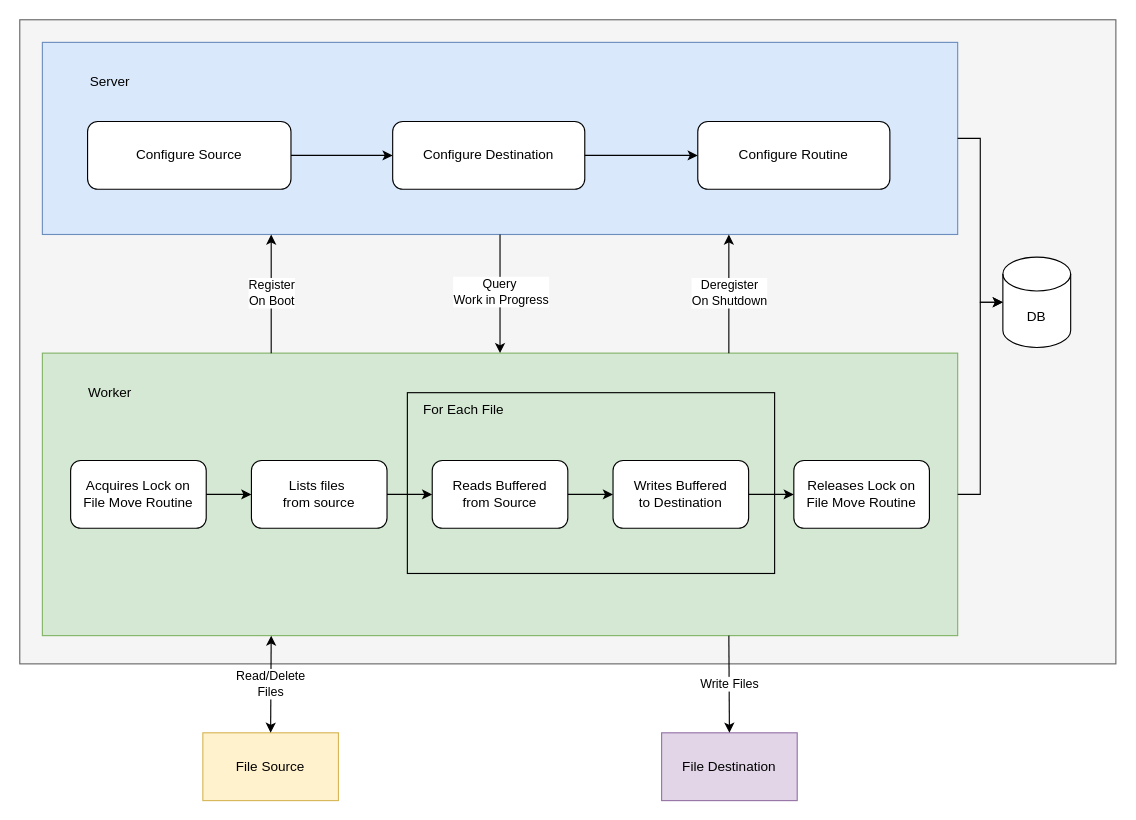
Before: file-veer.drawio in Incognitowski/file-veer, a draw.io diagram. Source tidied: cells renumbered, new cells numbered last; positions are measured from the earlier drawing's top-left corner, leaving out a move shared by most shapes. Both pictures are drawn from the tidied source at 113%, with x=0, y=0 at pixel (19, 19).
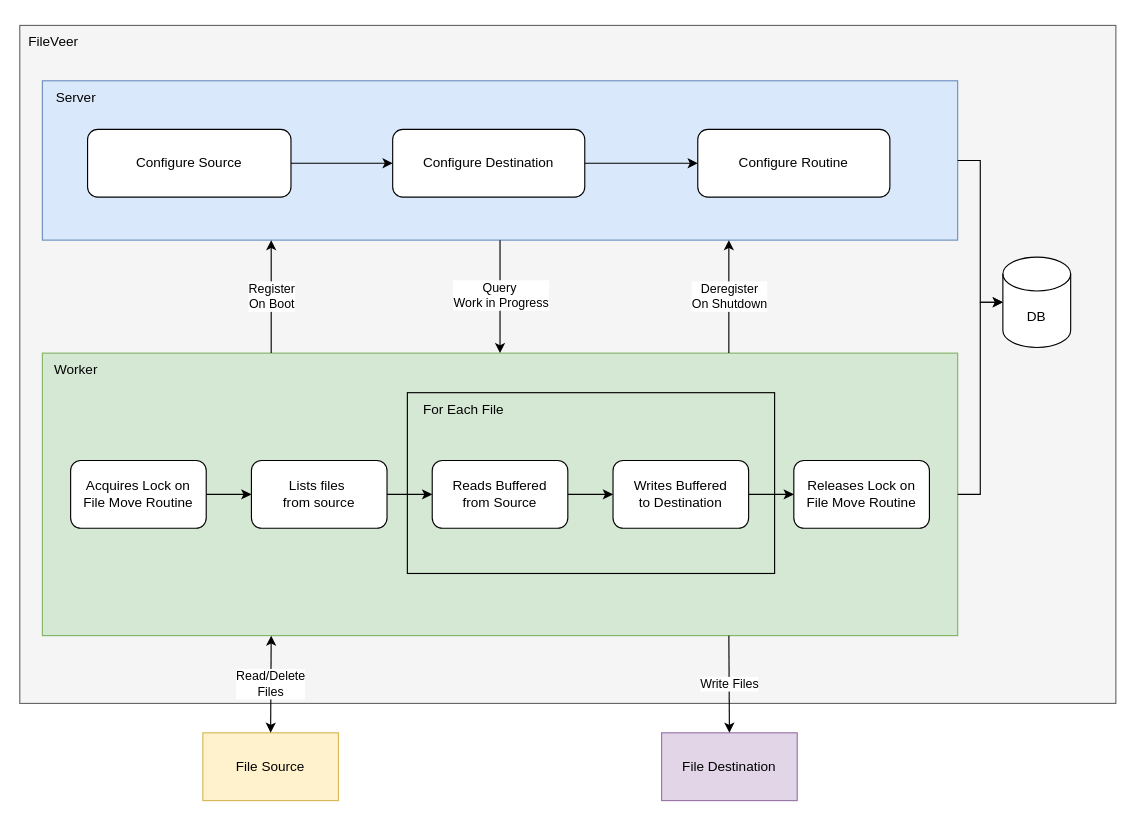
After the change.

Change to the diagram source:
```diff
@@
     <mxCell id="2" style="rounded=0;whiteSpace=wrap;html=1;fillColor=#f5f5f5;fontColor=#333333;strokeColor=#666666;" parent="1" vertex="1">
-      <mxGeometry width="970" height="570" as="geometry" />
+      <mxGeometry y="5" width="970" height="600" as="geometry" />
     </mxCell>
     <mxCell id="3" style="rounded=0;whiteSpace=wrap;html=1;glass=0;shadow=0;fillColor=#dae8fc;strokeColor=#6c8ebf;" parent="1" vertex="1">
-      <mxGeometry x="20" y="20" width="810" height="170" as="geometry" />
+      <mxGeometry x="20" y="54" width="810" height="141" as="geometry" />
     </mxCell>
     <mxCell id="4" value="Configure Source" style="rounded=1;whiteSpace=wrap;html=1;" parent="1" vertex="1">
-      <mxGeometry x="60" y="90" width="180" height="60" as="geometry" />
+      <mxGeometry x="60" y="97" width="180" height="60" as="geometry" />
     </mxCell>
     <mxCell id="5" value="Configure Destination" style="rounded=1;whiteSpace=wrap;html=1;" parent="1" vertex="1">
-      <mxGeometry x="330" y="90" width="170" height="60" as="geometry" />
+      <mxGeometry x="330" y="97" width="170" height="60" as="geometry" />
     </mxCell>
@@
     <mxCell id="7" value="Server" style="text;html=1;align=center;verticalAlign=middle;whiteSpace=wrap;rounded=0;" parent="1" vertex="1">
-      <mxGeometry x="50" y="40" width="60" height="30" as="geometry" />
+      <mxGeometry x="20" y="54" width="60" height="30" as="geometry" />
     </mxCell>
     <mxCell id="8" value="Configure Routine" style="rounded=1;whiteSpace=wrap;html=1;" parent="1" vertex="1">
-      <mxGeometry x="600" y="90" width="170" height="60" as="geometry" />
+      <mxGeometry x="600" y="97" width="170" height="60" as="geometry" />
     </mxCell>
@@
     <mxCell id="11" value="Worker" style="text;html=1;align=center;verticalAlign=middle;whiteSpace=wrap;rounded=0;" parent="1" vertex="1">
-      <mxGeometry x="50" y="315" width="60" height="30" as="geometry" />
+      <mxGeometry x="20" y="295" width="60" height="30" as="geometry" />
     </mxCell>
@@
+    <mxCell id="34" value="FileVeer" style="text;html=1;align=center;verticalAlign=middle;whiteSpace=wrap;rounded=0;" parent="1" vertex="1">
+      <mxGeometry y="5" width="60" height="30" as="geometry" />
+    </mxCell>
```
